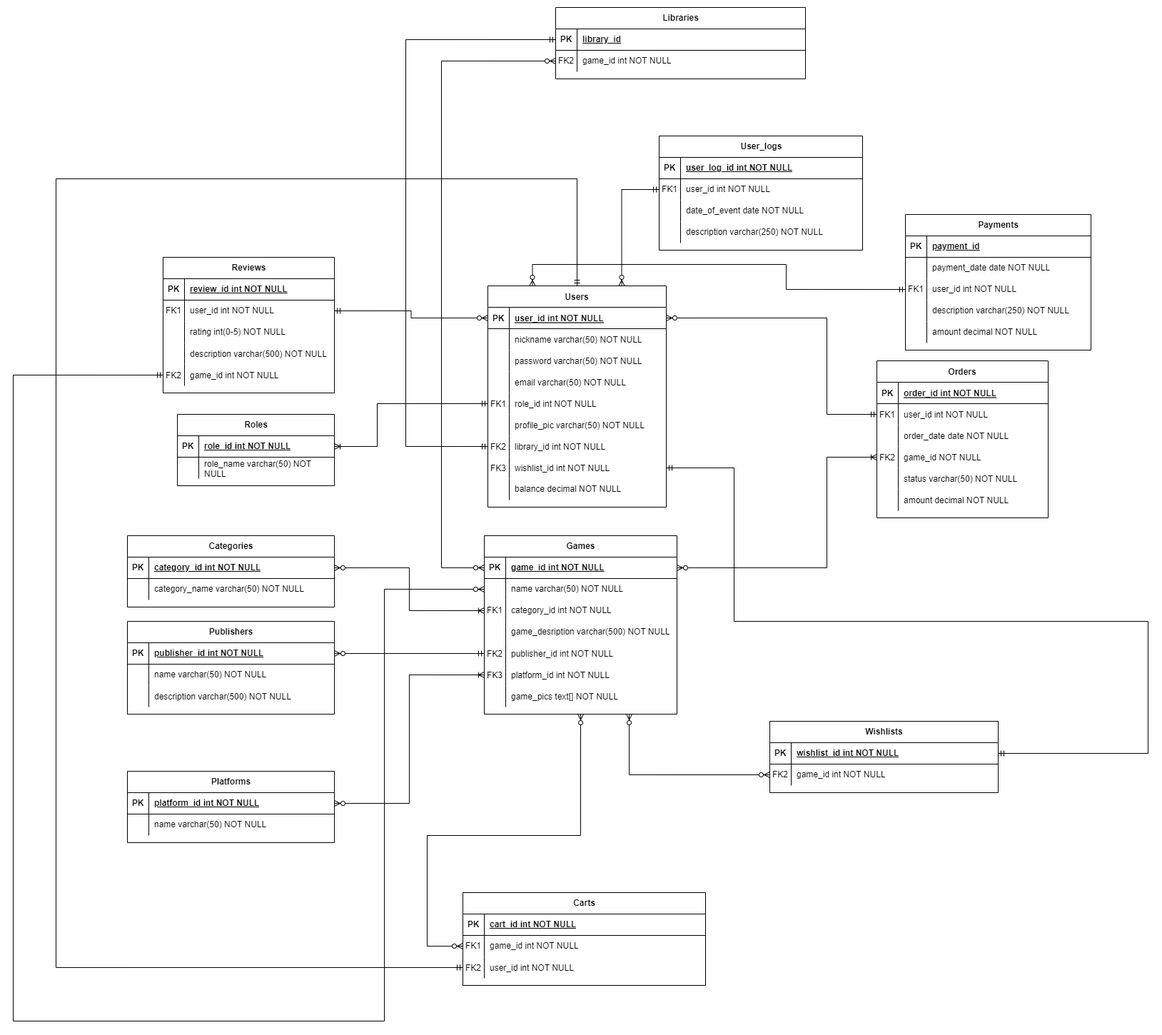
The draw.io diagram diagram.png in westcrime/data-models-and-database-management-systems, before a commit. Source tidied: cells renumbered, new cells last; positions are measured from the earlier drawing's top-left corner, leaving out a move shared by most shapes.
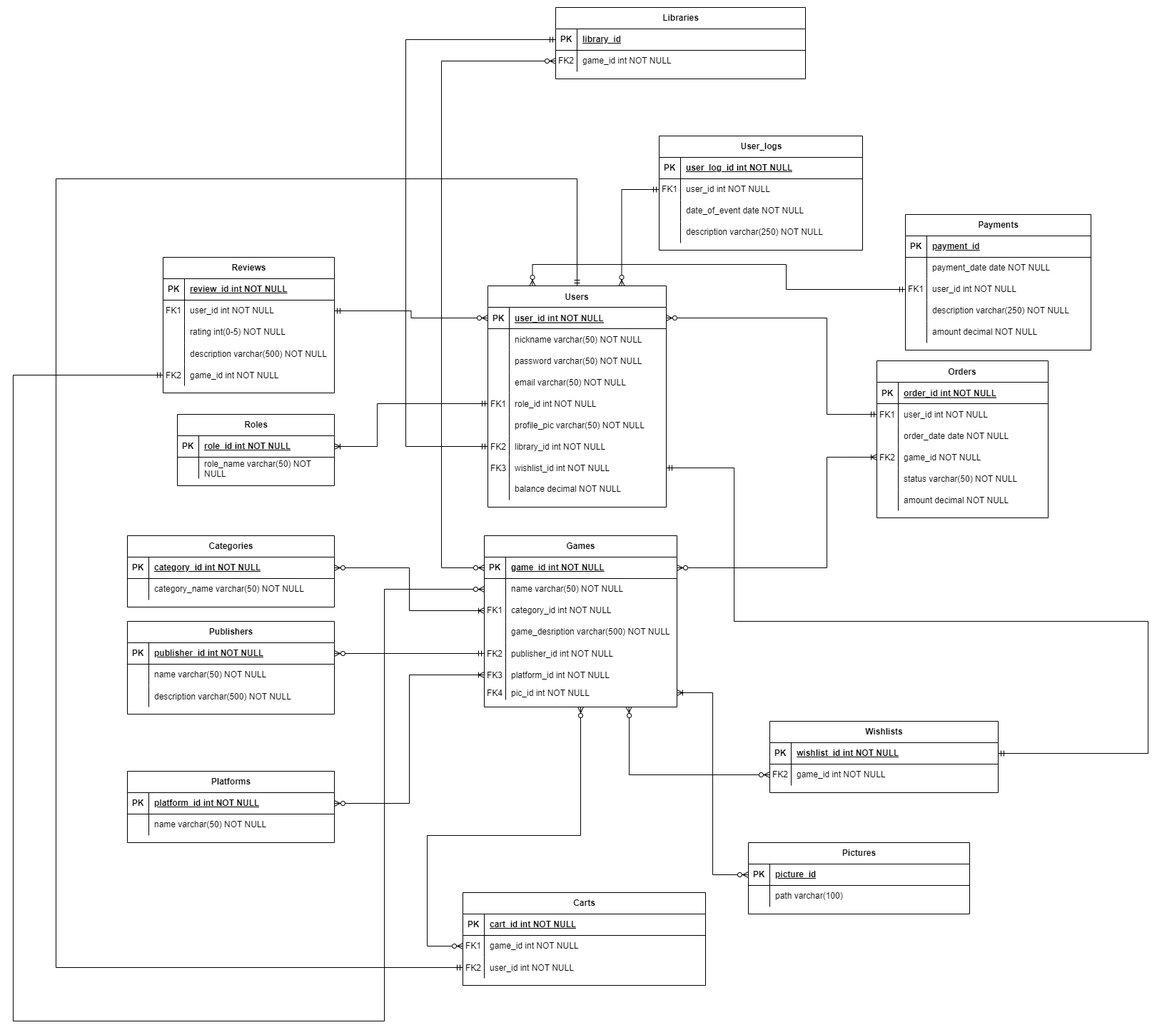
Above is the later version.

Change to the diagram source:
```diff
@@ -144,7 +144,7 @@
       <mxGeometry x="30" width="220" height="30" as="geometry" />
     </mxCell>
     <mxCell id="49" value="Games" style="shape=table;startSize=30;rowLines=0;fontStyle=1;align=center;html=1;" parent="1" vertex="1">
-      <mxGeometry x="660" y="740" width="270" height="250" as="geometry" />
+      <mxGeometry x="660" y="740" width="270" height="240" as="geometry" />
     </mxCell>
     <mxCell id="50" style="shape=tableRow;horizontal=0;startSize=0;swimlaneHead=0;swimlaneBody=0;fillColor=none;points=[[0,0.5],[1,0.5]];portConstraint=eastwest;top=0;left=0;right=0;bottom=1;" parent="49" vertex="1">
       <mxGeometry y="30" width="270" height="30" as="geometry" />
@@ -201,13 +201,13 @@
       <mxGeometry x="30" width="240" height="30" as="geometry" />
     </mxCell>
     <mxCell id="68" style="shape=tableRow;horizontal=0;startSize=0;swimlaneHead=0;swimlaneBody=0;fillColor=none;points=[[0,0.5],[1,0.5]];portConstraint=eastwest;top=0;left=0;right=0;bottom=0;" parent="49" vertex="1">
-      <mxGeometry y="210" width="270" height="30" as="geometry" />
+      <mxGeometry y="210" width="270" height="20" as="geometry" />
     </mxCell>
-    <mxCell id="69" style="shape=partialRectangle;fillColor=none;top=0;left=0;bottom=0;right=0;overflow=hidden;" parent="68" vertex="1">
-      <mxGeometry width="30" height="30" as="geometry" />
+    <mxCell id="69" value="FK4" style="shape=partialRectangle;fillColor=none;top=0;left=0;bottom=0;right=0;overflow=hidden;" parent="68" vertex="1">
+      <mxGeometry width="30" height="20" as="geometry" />
     </mxCell>
-    <mxCell id="70" value="game_pics text[] NOT NULL " style="shape=partialRectangle;fillColor=none;top=0;left=0;bottom=0;right=0;align=left;spacingLeft=6;overflow=hidden;" parent="68" vertex="1">
-      <mxGeometry x="30" width="240" height="30" as="geometry" />
+    <mxCell id="70" value="pic_id int NOT NULL " style="shape=partialRectangle;fillColor=none;top=0;left=0;bottom=0;right=0;align=left;spacingLeft=6;overflow=hidden;" parent="68" vertex="1">
+      <mxGeometry x="30" width="240" height="20" as="geometry" />
     </mxCell>
     <mxCell id="71" value="Publishers" style="shape=table;startSize=30;rowLines=0;fontStyle=1;align=center;html=1;" parent="1" vertex="1">
       <mxGeometry x="160" y="860" width="290" height="130" as="geometry" />
@@ -619,5 +619,29 @@
         </Array>
       </mxGeometry>
     </mxCell>
+    <mxCell id="187" value="Pictures" style="shape=table;startSize=30;rowLines=0;fontStyle=1;align=center;html=1;" parent="1" vertex="1">
+      <mxGeometry x="1030" y="1170" width="310" height="100" as="geometry" />
+    </mxCell>
+    <mxCell id="188" style="shape=tableRow;horizontal=0;startSize=0;swimlaneHead=0;swimlaneBody=0;fillColor=none;points=[[0,0.5],[1,0.5]];portConstraint=eastwest;top=0;left=0;right=0;bottom=1;" parent="187" vertex="1">
+      <mxGeometry y="30" width="310" height="30" as="geometry" />
+    </mxCell>
+    <mxCell id="189" value="PK" style="shape=partialRectangle;fillColor=none;top=0;left=0;bottom=0;right=0;fontStyle=1;overflow=hidden;whiteSpace=wrap;html=1;" parent="188" vertex="1">
+      <mxGeometry width="30" height="30" as="geometry" />
+    </mxCell>
+    <mxCell id="190" value="picture_id" style="shape=partialRectangle;fillColor=none;top=0;left=0;bottom=0;right=0;align=left;spacingLeft=6;fontStyle=5;overflow=hidden;whiteSpace=wrap;html=1;" parent="188" vertex="1">
+      <mxGeometry x="30" width="280" height="30" as="geometry" />
+    </mxCell>
+    <mxCell id="191" style="shape=tableRow;horizontal=0;startSize=0;swimlaneHead=0;swimlaneBody=0;fillColor=none;top=0;left=0;right=0;bottom=0;" parent="187" vertex="1">
+      <mxGeometry y="60" width="310" height="30" as="geometry" />
+    </mxCell>
+    <mxCell id="192" style="shape=partialRectangle;fillColor=none;top=0;left=0;bottom=0;right=0;overflow=hidden;whiteSpace=wrap;html=1;" parent="191" vertex="1">
+      <mxGeometry width="30" height="30" as="geometry" />
+    </mxCell>
+    <mxCell id="193" value="path varchar(100)" style="shape=partialRectangle;fillColor=none;top=0;left=0;bottom=0;right=0;align=left;spacingLeft=6;overflow=hidden;whiteSpace=wrap;html=1;" parent="191" vertex="1">
+      <mxGeometry x="30" width="280" height="30" as="geometry" />
+    </mxCell>
+    <mxCell id="194" style="edgeStyle=orthogonalEdgeStyle;fontSize=12;html=1;endArrow=ERoneToMany;startArrow=ERzeroToMany;rounded=0;entryX=1;entryY=0.5;entryDx=0;entryDy=0;exitX=0;exitY=0.5;exitDx=0;exitDy=0;" parent="1" edge="1" source="188" target="68">
+      <mxGeometry relative="1" as="geometry" />
+    </mxCell>
   </root>
 </mxGraphModel>
```
